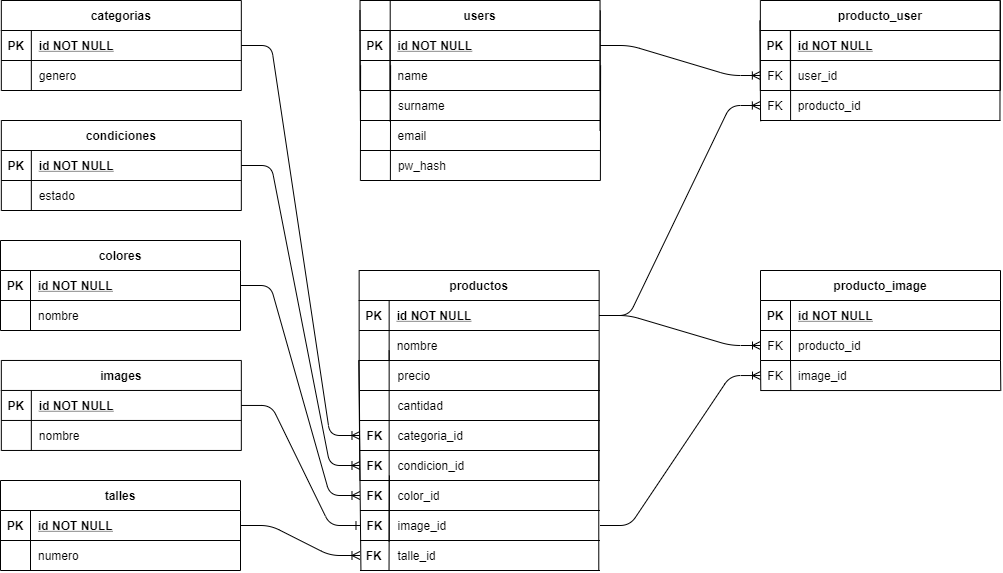
Earlier version of the draw.io export public/diagrama.png (joaquinodz/roper). Source tidied: cells renumbered, new cells last; positions are measured from the earlier drawing's top-left corner, leaving out a move shared by most shapes.
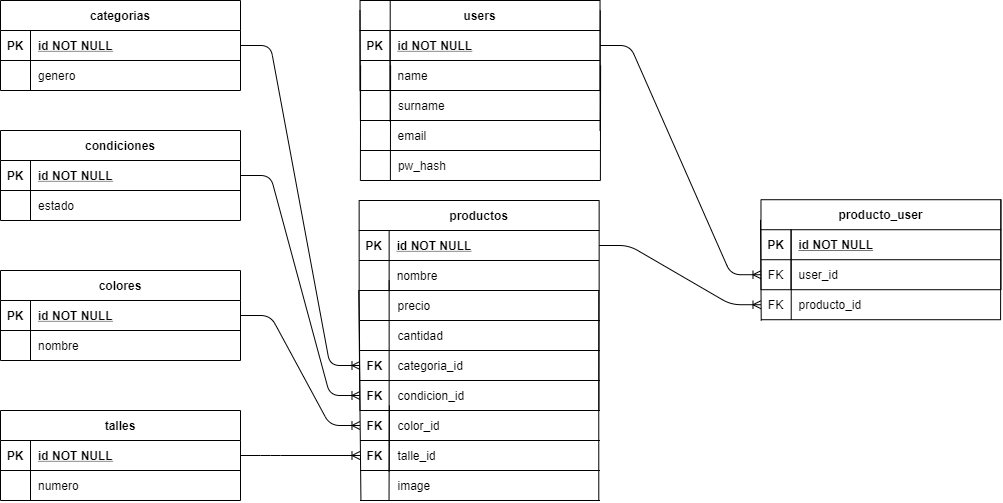
The same file after the commit.

Change to the diagram source:
```diff
@@ -3,7 +3,7 @@
     <mxCell id="0" />
     <mxCell id="1" parent="0" />
     <mxCell id="2" value="users" style="shape=table;startSize=30;rowLines=0;fontStyle=1;align=center;" parent="1" vertex="1">
-      <mxGeometry x="359.5" width="240" height="90" as="geometry" />
+      <mxGeometry x="359.5" y="70" width="240" height="90" as="geometry" />
     </mxCell>
     <mxCell id="3" style="shape=partialRectangle;fillColor=none;points=[[0,0.5],[1,0.5]];portConstraint=eastwest;top=0;left=0;right=0;bottom=1;" parent="2" vertex="1">
       <mxGeometry y="30" width="240" height="30" as="geometry" />
@@ -45,7 +45,7 @@
       <mxGeometry x="30" width="210" height="30" as="geometry" />
     </mxCell>
     <mxCell id="16" value="categorias" style="shape=table;startSize=30;rowLines=0;fontStyle=1;align=center;" parent="1" vertex="1">
-      <mxGeometry x="0.8" width="240" height="90" as="geometry" />
+      <mxGeometry y="70" width="240" height="90" as="geometry" />
     </mxCell>
     <mxCell id="17" style="shape=partialRectangle;fillColor=none;points=[[0,0.5],[1,0.5]];portConstraint=eastwest;top=0;left=0;right=0;bottom=1;" parent="16" vertex="1">
       <mxGeometry y="30" width="240" height="30" as="geometry" />
@@ -66,7 +66,7 @@
       <mxGeometry x="30" width="210" height="30" as="geometry" />
     </mxCell>
     <mxCell id="23" style="shape=table;startSize=0;rowLines=0;fontStyle=0;align=center;strokeColor=none;fillColor=none;" parent="1" vertex="1">
-      <mxGeometry x="359.9" y="90" width="240" height="30" as="geometry" />
+      <mxGeometry x="359.9" y="160" width="240" height="30" as="geometry" />
     </mxCell>
     <mxCell id="24" style="shape=partialRectangle;fillColor=none;top=0;left=0;bottom=1;right=0;points=[[0,0.5],[1,0.5]];portConstraint=eastwest;" parent="23" vertex="1">
       <mxGeometry width="240" height="30" as="geometry" />
@@ -96,7 +96,7 @@
       <mxGeometry x="30" width="210" height="30" as="geometry" />
     </mxCell>
     <mxCell id="33" value="condiciones" style="shape=table;startSize=30;rowLines=0;fontStyle=1;align=center;" parent="1" vertex="1">
-      <mxGeometry x="0.8" y="120" width="240" height="90" as="geometry" />
+      <mxGeometry y="200" width="240" height="90" as="geometry" />
     </mxCell>
     <mxCell id="34" style="shape=partialRectangle;fillColor=none;points=[[0,0.5],[1,0.5]];portConstraint=eastwest;top=0;left=0;right=0;bottom=1;" parent="33" vertex="1">
       <mxGeometry y="30" width="240" height="30" as="geometry" />
@@ -130,16 +130,16 @@
     </mxCell>
     <mxCell id="43" style="endArrow=none;html=1;entryX=0;entryY=0.988;entryDx=0;entryDy=0;entryPerimeter=0;exitX=0;exitY=0.996;exitDx=0;exitDy=0;exitPerimeter=0;" parent="1" edge="1" source="24">
       <mxGeometry relative="1" as="geometry">
-        <mxPoint x="359.5" y="9.6" as="targetPoint" />
+        <mxPoint x="359.5" y="79.6" as="targetPoint" />
       </mxGeometry>
     </mxCell>
-    <mxCell id="44" style="edgeStyle=entityRelationEdgeStyle;fontSize=12;html=1;endArrow=ERoneToMany;" parent="1" edge="1" source="112" target="140">
+    <mxCell id="44" style="edgeStyle=entityRelationEdgeStyle;fontSize=12;html=1;endArrow=ERoneToMany;" parent="1" edge="1" source="112" target="99">
       <mxGeometry relative="1" as="geometry" />
     </mxCell>
     <mxCell id="45" style="endArrow=none;html=1;" parent="1" edge="1">
       <mxGeometry relative="1" as="geometry">
-        <mxPoint x="599.5" y="130" as="sourcePoint" />
-        <mxPoint x="599.8" y="10" as="targetPoint" />
+        <mxPoint x="599.5" y="200" as="sourcePoint" />
+        <mxPoint x="599.8" y="80" as="targetPoint" />
       </mxGeometry>
     </mxCell>
     <mxCell id="46" style="edgeStyle=entityRelationEdgeStyle;fontSize=12;html=1;endArrow=ERoneToMany;entryX=0;entryY=0.5;entryDx=0;entryDy=0;exitX=1;exitY=0.5;exitDx=0;exitDy=0;" parent="1" edge="1" source="3" target="61">
@@ -150,7 +150,7 @@
     </mxCell>
     <mxCell id="48" style="endArrow=none;html=1;exitX=0.124;exitY=1.027;exitDx=0;exitDy=0;exitPerimeter=0;" parent="1" edge="1" source="24">
       <mxGeometry relative="1" as="geometry">
-        <mxPoint x="389.7" as="targetPoint" />
+        <mxPoint x="389.7" y="70" as="targetPoint" />
       </mxGeometry>
     </mxCell>
     <mxCell id="49" style="endArrow=none;html=1;entryX=0;entryY=0.988;entryDx=0;entryDy=0;entryPerimeter=0;exitX=0.004;exitY=1.017;exitDx=0;exitDy=0;exitPerimeter=0;" parent="1" edge="1" source="140">
@@ -159,7 +159,7 @@
       </mxGeometry>
     </mxCell>
     <mxCell id="50" value="colores" style="shape=table;startSize=30;rowLines=0;fontStyle=1;align=center;" parent="1" vertex="1">
-      <mxGeometry y="240" width="240" height="90" as="geometry" />
+      <mxGeometry y="340" width="240" height="90" as="geometry" />
     </mxCell>
     <mxCell id="51" style="shape=partialRectangle;fillColor=none;points=[[0,0.5],[1,0.5]];portConstraint=eastwest;top=0;left=0;right=0;bottom=1;" parent="50" vertex="1">
       <mxGeometry y="30" width="240" height="30" as="geometry" />
@@ -180,7 +180,7 @@
       <mxGeometry x="30" width="210" height="30" as="geometry" />
     </mxCell>
     <mxCell id="57" value="producto_user" style="shape=table;startSize=30;rowLines=0;fontStyle=1;align=center;" parent="1" vertex="1">
-      <mxGeometry x="759.9" width="240" height="90" as="geometry" />
+      <mxGeometry x="760.5" y="269.2" width="240" height="90" as="geometry" />
     </mxCell>
     <mxCell id="58" style="shape=partialRectangle;fillColor=none;top=0;left=0;right=0;bottom=1;" parent="57" vertex="1">
       <mxGeometry y="30" width="240" height="30" as="geometry" />
@@ -201,7 +201,7 @@
       <mxGeometry x="30" width="210" height="30" as="geometry" />
     </mxCell>
     <mxCell id="64" style="shape=table;startSize=0;rowLines=0;fontStyle=0;align=center;strokeColor=none;fillColor=none;" parent="1" vertex="1">
-      <mxGeometry x="759.9" y="90" width="240" height="30" as="geometry" />
+      <mxGeometry x="760.5" y="359.2" width="240" height="30" as="geometry" />
     </mxCell>
     <mxCell id="65" style="shape=partialRectangle;fillColor=none;top=0;left=0;bottom=1;right=0;points=[[0,0.5],[1,0.5]];portConstraint=eastwest;" parent="64" vertex="1">
       <mxGeometry width="240" height="30" as="geometry" />
@@ -213,7 +213,7 @@
       <mxGeometry x="30" width="210" height="30" as="geometry" />
     </mxCell>
     <mxCell id="68" style="shape=table;startSize=0;rowLines=0;fontStyle=0;align=center;strokeColor=none;fillColor=none;" parent="1" vertex="1">
-      <mxGeometry x="359.5" y="120" width="240" height="30" as="geometry" />
+      <mxGeometry x="359.5" y="190" width="240" height="30" as="geometry" />
     </mxCell>
     <mxCell id="69" style="shape=partialRectangle;fillColor=none;top=0;left=0;bottom=1;right=0;" parent="68" vertex="1">
       <mxGeometry width="240" height="30" as="geometry" />
@@ -225,7 +225,7 @@
       <mxGeometry x="30" width="210" height="30" as="geometry" />
     </mxCell>
     <mxCell id="72" style="shape=table;startSize=0;rowLines=0;fontStyle=0;align=center;strokeColor=none;fillColor=none;" parent="1" vertex="1">
-      <mxGeometry x="359.9" y="150" width="240" height="30" as="geometry" />
+      <mxGeometry x="359.9" y="220" width="240" height="30" as="geometry" />
     </mxCell>
     <mxCell id="73" style="shape=partialRectangle;fillColor=none;top=0;left=0;bottom=1;right=0;" parent="72" vertex="1">
       <mxGeometry width="240" height="30" as="geometry" />
@@ -238,36 +238,36 @@
     </mxCell>
     <mxCell id="76" style="endArrow=none;html=1;" parent="1" edge="1">
       <mxGeometry relative="1" as="geometry">
-        <mxPoint x="599.9" y="180" as="sourcePoint" />
-        <mxPoint x="600.1" y="65" as="targetPoint" />
+        <mxPoint x="599.9" y="250" as="sourcePoint" />
+        <mxPoint x="600.1" y="135" as="targetPoint" />
       </mxGeometry>
     </mxCell>
     <mxCell id="77" style="endArrow=none;html=1;" parent="1" edge="1">
       <mxGeometry relative="1" as="geometry">
-        <mxPoint x="389.9" y="180" as="sourcePoint" />
-        <mxPoint x="390.1" y="65" as="targetPoint" />
+        <mxPoint x="389.9" y="250" as="sourcePoint" />
+        <mxPoint x="390.1" y="135" as="targetPoint" />
       </mxGeometry>
     </mxCell>
     <mxCell id="78" style="endArrow=none;html=1;" parent="1" edge="1">
       <mxGeometry relative="1" as="geometry">
-        <mxPoint x="359.9" y="180" as="sourcePoint" />
-        <mxPoint x="360.1" y="65" as="targetPoint" />
+        <mxPoint x="359.9" y="250" as="sourcePoint" />
+        <mxPoint x="360.1" y="135" as="targetPoint" />
       </mxGeometry>
     </mxCell>
     <mxCell id="79" style="endArrow=none;html=1;exitX=0.001;exitY=1.026;exitDx=0;exitDy=0;exitPerimeter=0;" parent="1" edge="1" source="65">
       <mxGeometry relative="1" as="geometry">
-        <mxPoint x="759.4" y="20.1" as="targetPoint" />
+        <mxPoint x="760" y="289.3" as="targetPoint" />
       </mxGeometry>
     </mxCell>
     <mxCell id="80" style="endArrow=none;html=1;" parent="1" edge="1">
       <mxGeometry relative="1" as="geometry">
-        <mxPoint x="999.5" y="120" as="sourcePoint" />
-        <mxPoint x="999.7" as="targetPoint" />
+        <mxPoint x="1000.1" y="389.2" as="sourcePoint" />
+        <mxPoint x="1000.3" y="269.2" as="targetPoint" />
       </mxGeometry>
     </mxCell>
     <mxCell id="81" style="endArrow=none;html=1;exitX=0.126;exitY=1.003;exitDx=0;exitDy=0;exitPerimeter=0;" parent="1" edge="1" source="65">
       <mxGeometry relative="1" as="geometry">
-        <mxPoint x="790.1" y="30" as="targetPoint" />
+        <mxPoint x="790.7" y="299.2" as="targetPoint" />
       </mxGeometry>
     </mxCell>
     <mxCell id="82" style="shape=table;startSize=0;rowLines=0;fontStyle=0;align=center;strokeColor=none;fillColor=none;" parent="1" vertex="1">
@@ -327,30 +327,9 @@
     <mxCell id="100" style="shape=partialRectangle;fillColor=none;top=0;left=0;bottom=0;right=0;fontStyle=1;overflow=hidden;" parent="99" vertex="1">
       <mxGeometry width="30" height="30" as="geometry" />
     </mxCell>
-    <mxCell id="101" value="image_id" style="shape=partialRectangle;fillColor=none;top=0;left=0;bottom=0;right=0;align=left;spacingLeft=6;fontStyle=0;overflow=hidden;" parent="99" vertex="1">
+    <mxCell id="101" value="talle_id" style="shape=partialRectangle;fillColor=none;top=0;left=0;bottom=0;right=0;align=left;spacingLeft=6;fontStyle=0;overflow=hidden;" parent="99" vertex="1">
       <mxGeometry x="30" width="210" height="30" as="geometry" />
     </mxCell>
-    <mxCell id="102" value="images" style="shape=table;startSize=30;rowLines=0;fontStyle=1;align=center;" parent="1" vertex="1">
-      <mxGeometry x="0.8" y="360" width="240" height="90" as="geometry" />
-    </mxCell>
-    <mxCell id="103" style="shape=partialRectangle;fillColor=none;points=[[0,0.5],[1,0.5]];portConstraint=eastwest;top=0;left=0;right=0;bottom=1;" parent="102" vertex="1">
-      <mxGeometry y="30" width="240" height="30" as="geometry" />
-    </mxCell>
-    <mxCell id="104" value="PK" style="shape=partialRectangle;overflow=hidden;fillColor=none;top=0;left=0;bottom=0;right=0;fontStyle=1;" parent="103" vertex="1">
-      <mxGeometry width="30" height="30" as="geometry" />
-    </mxCell>
-    <mxCell id="105" value="id NOT NULL" style="shape=partialRectangle;overflow=hidden;fillColor=none;top=0;left=0;bottom=0;right=0;align=left;spacingLeft=6;fontStyle=5;" parent="103" vertex="1">
-      <mxGeometry x="30" width="210" height="30" as="geometry" />
-    </mxCell>
-    <mxCell id="106" style="shape=partialRectangle;fillColor=none;top=0;left=0;right=0;bottom=0;" parent="102" vertex="1">
-      <mxGeometry y="60" width="240" height="30" as="geometry" />
-    </mxCell>
-    <mxCell id="107" style="shape=partialRectangle;overflow=hidden;fillColor=none;top=0;left=0;bottom=0;right=0;" parent="106" vertex="1">
-      <mxGeometry width="30" height="30" as="geometry" />
-    </mxCell>
-    <mxCell id="108" value="nombre" style="shape=partialRectangle;overflow=hidden;fillColor=none;top=0;left=0;bottom=0;right=0;align=left;spacingLeft=6;" parent="106" vertex="1">
-      <mxGeometry x="30" width="210" height="30" as="geometry" />
-    </mxCell>
     <mxCell id="109" style="endArrow=none;html=1;entryX=0;entryY=0.988;entryDx=0;entryDy=0;entryPerimeter=0;" parent="1" edge="1">
       <mxGeometry relative="1" as="geometry">
         <mxPoint x="388.6" y="541" as="sourcePoint" />
@@ -392,69 +371,6 @@
     <mxCell id="120" value="FK" style="shape=partialRectangle;fillColor=none;top=0;left=0;bottom=0;right=0;fontStyle=1;overflow=hidden;" parent="1" vertex="1">
       <mxGeometry x="359.5" y="510" width="30" height="30" as="geometry" />
     </mxCell>
-    <mxCell id="121" value="producto_image" style="shape=table;startSize=30;rowLines=0;fontStyle=1;align=center;" parent="1" vertex="1">
-      <mxGeometry x="760" y="270" width="240" height="90" as="geometry" />
-    </mxCell>
-    <mxCell id="122" style="shape=partialRectangle;fillColor=none;top=0;left=0;right=0;bottom=1;" parent="121" vertex="1">
-      <mxGeometry y="30" width="240" height="30" as="geometry" />
-    </mxCell>
-    <mxCell id="123" value="PK" style="shape=partialRectangle;overflow=hidden;fillColor=none;top=0;left=0;bottom=0;right=0;fontStyle=1;" parent="122" vertex="1">
-      <mxGeometry width="30" height="30" as="geometry" />
-    </mxCell>
-    <mxCell id="124" value="id NOT NULL" style="shape=partialRectangle;overflow=hidden;fillColor=none;top=0;left=0;bottom=0;right=0;align=left;spacingLeft=6;fontStyle=5;" parent="122" vertex="1">
-      <mxGeometry x="30" width="210" height="30" as="geometry" />
-    </mxCell>
-    <mxCell id="125" style="shape=partialRectangle;fillColor=none;points=[[0,0.5],[1,0.5]];portConstraint=eastwest;top=0;left=0;right=0;bottom=0;" parent="121" vertex="1">
-      <mxGeometry y="60" width="240" height="30" as="geometry" />
-    </mxCell>
-    <mxCell id="126" style="shape=partialRectangle;overflow=hidden;fillColor=none;top=0;left=0;bottom=0;right=0;" parent="125" vertex="1">
-      <mxGeometry width="30" height="30" as="geometry" />
-    </mxCell>
-    <mxCell id="127" value="producto_id" style="shape=partialRectangle;overflow=hidden;fillColor=none;top=0;left=0;bottom=0;right=0;align=left;spacingLeft=6;" parent="125" vertex="1">
-      <mxGeometry x="30" width="210" height="30" as="geometry" />
-    </mxCell>
-    <mxCell id="128" value="image_id" style="shape=partialRectangle;overflow=hidden;fillColor=none;top=0;left=0;bottom=0;right=0;align=left;spacingLeft=6;" parent="1" vertex="1">
-      <mxGeometry x="790" y="360" width="210" height="30" as="geometry" />
-    </mxCell>
-    <mxCell id="129" style="endArrow=none;html=1;" parent="1" edge="1">
-      <mxGeometry relative="1" as="geometry">
-        <mxPoint x="760.3" y="390" as="sourcePoint" />
-        <mxPoint x="760" y="360" as="targetPoint" />
-      </mxGeometry>
-    </mxCell>
-    <mxCell id="130" style="endArrow=none;html=1;" parent="1" edge="1">
-      <mxGeometry relative="1" as="geometry">
-        <mxPoint x="790.3" y="390" as="sourcePoint" />
-        <mxPoint x="790" y="360" as="targetPoint" />
-      </mxGeometry>
-    </mxCell>
-    <mxCell id="131" style="endArrow=none;html=1;" parent="1" edge="1">
-      <mxGeometry relative="1" as="geometry">
-        <mxPoint x="1000.3" y="390" as="sourcePoint" />
-        <mxPoint x="1000" y="360" as="targetPoint" />
-      </mxGeometry>
-    </mxCell>
-    <mxCell id="132" value="FK" style="shape=partialRectangle;fillColor=none;top=0;left=0;bottom=0;right=0;fontStyle=0;overflow=hidden;" parent="1" vertex="1">
-      <mxGeometry x="760" y="330" width="30" height="30" as="geometry" />
-    </mxCell>
-    <mxCell id="133" style="edgeStyle=entityRelationEdgeStyle;fontSize=12;html=1;endArrow=ERoneToMany;exitX=1;exitY=0.5;exitDx=0;exitDy=0;" parent="1" edge="1" source="10" target="125">
-      <mxGeometry relative="1" as="geometry" />
-    </mxCell>
-    <mxCell id="134" style="edgeStyle=entityRelationEdgeStyle;fontSize=12;html=1;endArrow=ERoneToMany;entryX=0;entryY=0.5;entryDx=0;entryDy=0;" parent="1" edge="1" source="99" target="136">
-      <mxGeometry relative="1" as="geometry" />
-    </mxCell>
-    <mxCell id="135" style="shape=table;startSize=0;rowLines=0;fontStyle=0;align=center;strokeColor=none;fillColor=none;" parent="1" vertex="1">
-      <mxGeometry x="760" y="360" width="240" height="30" as="geometry" />
-    </mxCell>
-    <mxCell id="136" style="shape=partialRectangle;fillColor=none;top=0;left=0;bottom=1;right=0;points=[[0,0.5],[1,0.5]];portConstraint=eastwest;" parent="135" vertex="1">
-      <mxGeometry width="240" height="30" as="geometry" />
-    </mxCell>
-    <mxCell id="137" value="FK" style="shape=partialRectangle;fillColor=none;top=0;left=0;bottom=0;right=0;fontStyle=0;overflow=hidden;" parent="136" vertex="1">
-      <mxGeometry width="30" height="30" as="geometry" />
-    </mxCell>
-    <mxCell id="138" style="shape=partialRectangle;fillColor=none;top=0;left=0;bottom=0;right=0;align=left;spacingLeft=6;fontStyle=0;overflow=hidden;" parent="136" vertex="1">
-      <mxGeometry x="30" width="210" height="30" as="geometry" />
-    </mxCell>
     <mxCell id="139" style="shape=table;startSize=0;rowLines=0;fontStyle=0;align=center;strokeColor=none;fillColor=none;" parent="1" vertex="1">
       <mxGeometry x="359.5" y="540" width="240" height="30" as="geometry" />
     </mxCell>
@@ -464,10 +380,10 @@
     <mxCell id="141" style="shape=partialRectangle;fillColor=none;top=0;left=0;bottom=0;right=0;fontStyle=1;overflow=hidden;" parent="140" vertex="1">
       <mxGeometry width="30" height="30" as="geometry" />
     </mxCell>
-    <mxCell id="142" value="talle_id" style="shape=partialRectangle;fillColor=none;top=0;left=0;bottom=0;right=0;align=left;spacingLeft=6;fontStyle=0;overflow=hidden;" parent="140" vertex="1">
+    <mxCell id="142" value="image" style="shape=partialRectangle;fillColor=none;top=0;left=0;bottom=0;right=0;align=left;spacingLeft=6;fontStyle=0;overflow=hidden;" parent="140" vertex="1">
       <mxGeometry x="30" width="210" height="30" as="geometry" />
     </mxCell>
-    <mxCell id="143" value="FK" style="shape=partialRectangle;fillColor=none;top=0;left=0;bottom=0;right=0;fontStyle=1;overflow=hidden;" parent="1" vertex="1">
+    <mxCell id="143" style="shape=partialRectangle;fillColor=none;top=0;left=0;bottom=0;right=0;fontStyle=1;overflow=hidden;" parent="1" vertex="1">
       <mxGeometry x="358.7" y="540" width="30" height="30" as="geometry" />
     </mxCell>
     <mxCell id="144" style="endArrow=none;html=1;exitX=0.121;exitY=0.996;exitDx=0;exitDy=0;exitPerimeter=0;" parent="1" edge="1" source="140">
@@ -475,8 +391,5 @@
         <mxPoint x="388.9" y="475" as="targetPoint" />
       </mxGeometry>
     </mxCell>
-    <mxCell id="145" style="edgeStyle=entityRelationEdgeStyle;fontSize=12;html=1;endArrow=ERone;endFill=1;" parent="1" edge="1" source="103" target="99">
-      <mxGeometry relative="1" as="geometry" />
-    </mxCell>
   </root>
 </mxGraphModel>
```
